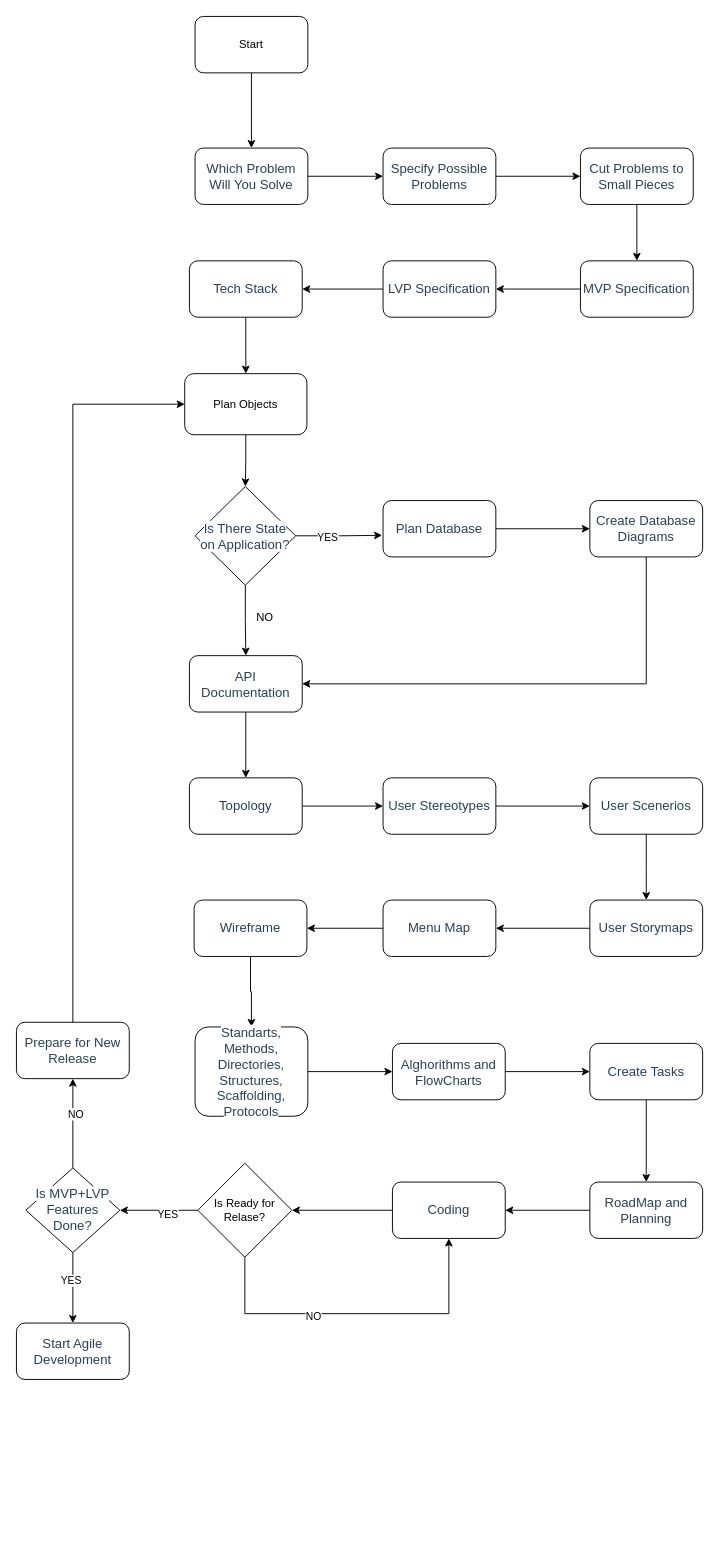
This is diagram.drawio from anilkusc/Document-Driven-Development, a draw.io file, before an edit. Source tidied: cells renumbered, new cells numbered last; positions are measured from the earlier drawing's top-left corner, leaving out a move shared by most shapes. Both pictures are drawn from the tidied source at 94%, with x=0, y=0 at pixel (16, 16).
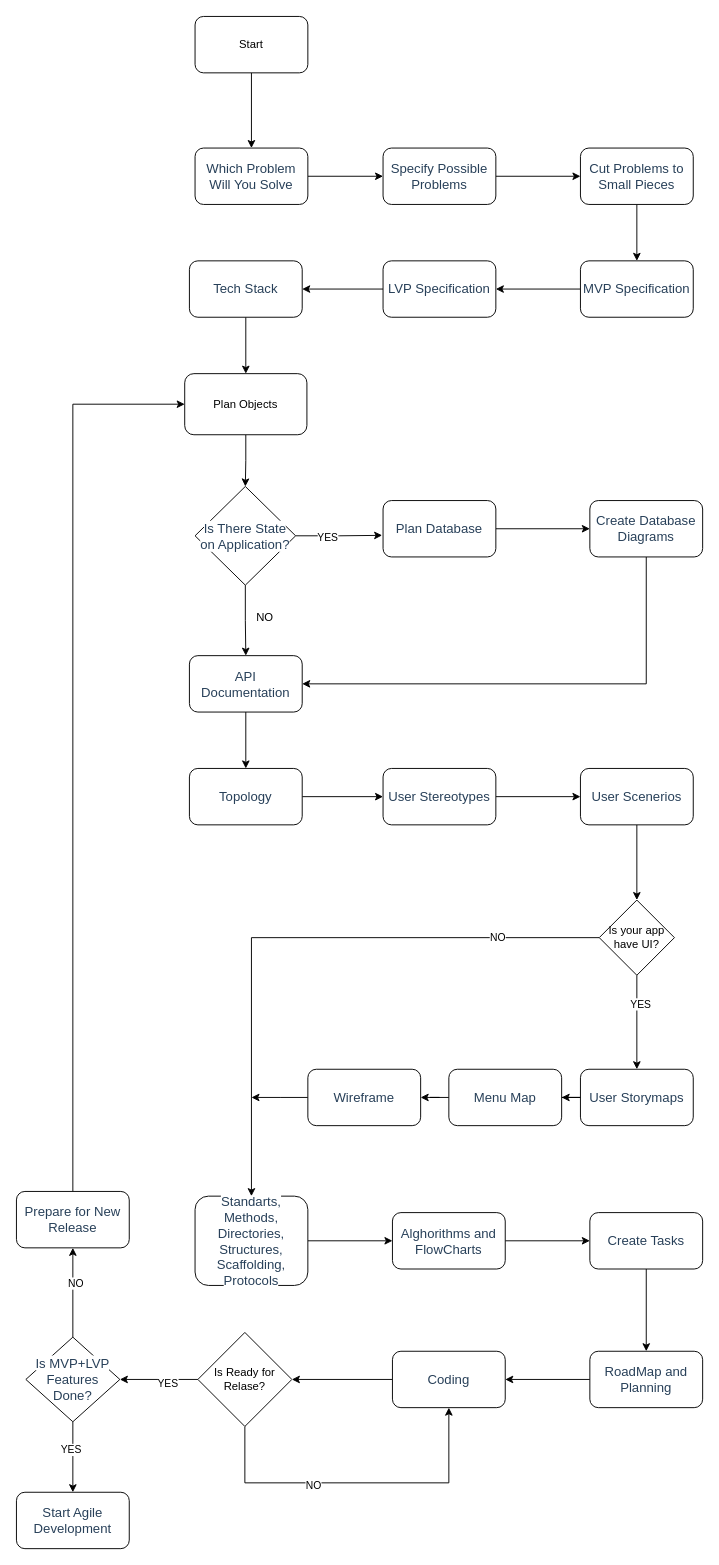
The same page after the edit.

Diff of the diagram source:
```diff
@@
     <mxCell id="30" value="&lt;font color=&quot;#284059&quot; face=&quot;cerebri sans&quot;&gt;&lt;span style=&quot;font-size: 14px ; background-color: rgb(255 , 255 , 255)&quot;&gt;Topology&lt;/span&gt;&lt;/font&gt;" style="rounded=1;whiteSpace=wrap;html=1;" parent="1" vertex="1">
-      <mxGeometry x="184" y="810" width="120" height="60" as="geometry" />
+      <mxGeometry x="184" y="800" width="120" height="60" as="geometry" />
     </mxCell>
@@
     <mxCell id="32" value="&lt;font color=&quot;#284059&quot; face=&quot;cerebri sans&quot;&gt;&lt;span style=&quot;font-size: 14px ; background-color: rgb(255 , 255 , 255)&quot;&gt;User Stereotypes&lt;/span&gt;&lt;/font&gt;" style="rounded=1;whiteSpace=wrap;html=1;" parent="1" vertex="1">
-      <mxGeometry x="390" y="810" width="120" height="60" as="geometry" />
+      <mxGeometry x="390" y="800" width="120" height="60" as="geometry" />
     </mxCell>
-    <mxCell id="33" style="edgeStyle=orthogonalEdgeStyle;rounded=0;jettySize=auto;html=1;" parent="1" edge="1" source="34">
-      <mxGeometry relative="1" as="geometry">
-        <mxPoint x="670" y="940" as="targetPoint" />
-      </mxGeometry>
-    </mxCell>
+    <mxCell id="64" style="edgeStyle=orthogonalEdgeStyle;rounded=0;jettySize=auto;html=1;entryX=0.5;entryY=0;entryDx=0;entryDy=0;" parent="1" edge="1" source="34" target="68">
+      <mxGeometry relative="1" as="geometry" />
+    </mxCell>
     <mxCell id="34" value="&lt;font color=&quot;#284059&quot; face=&quot;cerebri sans&quot;&gt;&lt;span style=&quot;font-size: 14px ; background-color: rgb(255 , 255 , 255)&quot;&gt;User Scenerios&lt;/span&gt;&lt;/font&gt;" style="rounded=1;whiteSpace=wrap;html=1;" parent="1" vertex="1">
-      <mxGeometry x="610" y="810" width="120" height="60" as="geometry" />
+      <mxGeometry x="600" y="800" width="120" height="60" as="geometry" />
     </mxCell>
@@
     <mxCell id="36" value="&lt;font color=&quot;#284059&quot; face=&quot;cerebri sans&quot;&gt;&lt;span style=&quot;font-size: 14px ; background-color: rgb(255 , 255 , 255)&quot;&gt;User Storymaps&lt;/span&gt;&lt;/font&gt;" style="rounded=1;whiteSpace=wrap;html=1;" parent="1" vertex="1">
-      <mxGeometry x="610" y="940" width="120" height="60" as="geometry" />
+      <mxGeometry x="600" y="1120" width="120" height="60" as="geometry" />
     </mxCell>
@@
     <mxCell id="38" value="&lt;font color=&quot;#284059&quot; face=&quot;cerebri sans&quot;&gt;&lt;span style=&quot;font-size: 14px ; background-color: rgb(255 , 255 , 255)&quot;&gt;Menu Map&lt;/span&gt;&lt;/font&gt;" style="rounded=1;whiteSpace=wrap;html=1;" parent="1" vertex="1">
-      <mxGeometry x="390" y="940" width="120" height="60" as="geometry" />
+      <mxGeometry x="460" y="1120" width="120" height="60" as="geometry" />
     </mxCell>
-    <mxCell id="39" style="edgeStyle=orthogonalEdgeStyle;rounded=0;jettySize=auto;html=1;entryX=0.5;entryY=0;entryDx=0;entryDy=0;" parent="1" edge="1" source="40" target="42">
-      <mxGeometry relative="1" as="geometry" />
-    </mxCell>
+    <mxCell id="65" style="edgeStyle=orthogonalEdgeStyle;rounded=0;jettySize=auto;html=1;" parent="1" edge="1" source="40">
+      <mxGeometry relative="1" as="geometry">
+        <mxPoint x="250" y="1150" as="targetPoint" />
+      </mxGeometry>
+    </mxCell>
     <mxCell id="40" value="&lt;font color=&quot;#284059&quot; face=&quot;cerebri sans&quot;&gt;&lt;span style=&quot;font-size: 14px ; background-color: rgb(255 , 255 , 255)&quot;&gt;Wireframe&lt;/span&gt;&lt;/font&gt;" style="rounded=1;whiteSpace=wrap;html=1;" parent="1" vertex="1">
-      <mxGeometry x="189" y="940" width="120" height="60" as="geometry" />
+      <mxGeometry x="310" y="1120" width="120" height="60" as="geometry" />
     </mxCell>
@@
     <mxCell id="42" value="&lt;font color=&quot;#284059&quot; face=&quot;cerebri sans&quot;&gt;&lt;span style=&quot;font-size: 14px ; background-color: rgb(255 , 255 , 255)&quot;&gt;Standarts,&lt;br&gt;Methods,&lt;br&gt;Directories,&lt;br&gt;Structures,&lt;br&gt;Scaffolding,&lt;br&gt;Protocols&lt;br&gt;&lt;/span&gt;&lt;/font&gt;" style="rounded=1;whiteSpace=wrap;html=1;" parent="1" vertex="1">
-      <mxGeometry x="190" y="1075" width="120" height="95" as="geometry" />
+      <mxGeometry x="190" y="1255" width="120" height="95" as="geometry" />
     </mxCell>
@@
     <mxCell id="44" value="&lt;font color=&quot;#284059&quot; face=&quot;cerebri sans&quot;&gt;&lt;span style=&quot;font-size: 14px ; background-color: rgb(255 , 255 , 255)&quot;&gt;Alghorithms and FlowCharts&lt;/span&gt;&lt;/font&gt;" style="rounded=1;whiteSpace=wrap;html=1;" parent="1" vertex="1">
-      <mxGeometry x="400" y="1092.5" width="120" height="60" as="geometry" />
+      <mxGeometry x="400" y="1272.5" width="120" height="60" as="geometry" />
     </mxCell>
@@
     <mxCell id="46" value="&lt;font color=&quot;#284059&quot; face=&quot;cerebri sans&quot;&gt;&lt;span style=&quot;font-size: 14px ; background-color: rgb(255 , 255 , 255)&quot;&gt;Create Tasks&lt;/span&gt;&lt;/font&gt;" style="rounded=1;whiteSpace=wrap;html=1;" parent="1" vertex="1">
-      <mxGeometry x="610" y="1092.5" width="120" height="60" as="geometry" />
+      <mxGeometry x="610" y="1272.5" width="120" height="60" as="geometry" />
     </mxCell>
@@
     <mxCell id="48" value="&lt;font color=&quot;#284059&quot; face=&quot;cerebri sans&quot;&gt;&lt;span style=&quot;font-size: 14px ; background-color: rgb(255 , 255 , 255)&quot;&gt;RoadMap and Planning&lt;/span&gt;&lt;/font&gt;" style="rounded=1;whiteSpace=wrap;html=1;" parent="1" vertex="1">
-      <mxGeometry x="610" y="1240" width="120" height="60" as="geometry" />
+      <mxGeometry x="610" y="1420" width="120" height="60" as="geometry" />
     </mxCell>
@@
     <mxCell id="50" value="&lt;font color=&quot;#284059&quot; face=&quot;cerebri sans&quot;&gt;&lt;span style=&quot;font-size: 14px ; background-color: rgb(255 , 255 , 255)&quot;&gt;Coding&lt;/span&gt;&lt;/font&gt;" style="rounded=1;whiteSpace=wrap;html=1;" parent="1" vertex="1">
-      <mxGeometry x="400" y="1240" width="120" height="60" as="geometry" />
+      <mxGeometry x="400" y="1420" width="120" height="60" as="geometry" />
     </mxCell>
     <mxCell id="51" style="edgeStyle=orthogonalEdgeStyle;rounded=0;jettySize=auto;html=1;entryX=0.5;entryY=1;entryDx=0;entryDy=0;" parent="1" edge="1" source="55" target="50">
       <mxGeometry relative="1" as="geometry">
         <Array as="points">
-          <mxPoint x="243" y="1380" />
-          <mxPoint x="460" y="1380" />
+          <mxPoint x="243" y="1560" />
+          <mxPoint x="460" y="1560" />
         </Array>
       </mxGeometry>
     </mxCell>
@@
     <mxCell id="53" style="edgeStyle=orthogonalEdgeStyle;rounded=0;jettySize=auto;html=1;" parent="1" edge="1" source="55">
       <mxGeometry relative="1" as="geometry">
-        <mxPoint x="110" y="1270" as="targetPoint" />
+        <mxPoint x="110" y="1450" as="targetPoint" />
       </mxGeometry>
     </mxCell>
@@
     <mxCell id="55" value="Is Ready for Relase?" style="rhombus;whiteSpace=wrap;html=1;" parent="1" vertex="1">
-      <mxGeometry x="193" y="1220" width="100" height="100" as="geometry" />
+      <mxGeometry x="193" y="1400" width="100" height="100" as="geometry" />
     </mxCell>
@@
     <mxCell id="57" value="&lt;font color=&quot;#284059&quot; face=&quot;cerebri sans&quot;&gt;&lt;span style=&quot;font-size: 14px ; background-color: rgb(255 , 255 , 255)&quot;&gt;Prepare for New Release&lt;/span&gt;&lt;/font&gt;" style="rounded=1;whiteSpace=wrap;html=1;" parent="1" vertex="1">
-      <mxGeometry y="1070" width="120" height="60" as="geometry" />
+      <mxGeometry y="1250" width="120" height="60" as="geometry" />
     </mxCell>
@@
     <mxCell id="61" value="&lt;span style=&quot;color: rgb(40 , 64 , 89) ; font-family: &amp;#34;cerebri sans&amp;#34; ; font-size: 14px ; background-color: rgb(255 , 255 , 255)&quot;&gt;Is MVP+LVP Features Done?&lt;/span&gt;" style="rhombus;whiteSpace=wrap;html=1;" parent="1" vertex="1">
-      <mxGeometry x="10" y="1225" width="100" height="90" as="geometry" />
+      <mxGeometry x="10" y="1405" width="100" height="90" as="geometry" />
     </mxCell>
     <mxCell id="62" value="&lt;font color=&quot;#284059&quot; face=&quot;cerebri sans&quot;&gt;&lt;span style=&quot;font-size: 14px ; background-color: rgb(255 , 255 , 255)&quot;&gt;Start Agile Development&lt;/span&gt;&lt;/font&gt;" style="rounded=1;whiteSpace=wrap;html=1;" parent="1" vertex="1">
-      <mxGeometry y="1390" width="120" height="60" as="geometry" />
+      <mxGeometry y="1570" width="120" height="60" as="geometry" />
     </mxCell>
     <mxCell id="63" value="YES" style="edgeLabel;html=1;align=center;verticalAlign=middle;" parent="1" vertex="1">
-      <mxGeometry x="40" y="1190" as="geometry">
+      <mxGeometry x="40" y="1370" as="geometry">
         <mxPoint x="17" y="154" as="offset" />
       </mxGeometry>
     </mxCell>
+    <mxCell id="66" style="edgeStyle=orthogonalEdgeStyle;rounded=0;jettySize=auto;html=1;" parent="1" edge="1" source="68" target="36">
+      <mxGeometry relative="1" as="geometry" />
+    </mxCell>
+    <mxCell id="67" style="edgeStyle=orthogonalEdgeStyle;rounded=0;jettySize=auto;html=1;entryX=0.5;entryY=0;entryDx=0;entryDy=0;" parent="1" edge="1" source="68" target="42">
+      <mxGeometry relative="1" as="geometry" />
+    </mxCell>
+    <mxCell id="68" value="Is your app have UI?" style="rhombus;whiteSpace=wrap;html=1;" parent="1" vertex="1">
+      <mxGeometry x="620" y="940" width="80" height="80" as="geometry" />
+    </mxCell>
+    <mxCell id="69" value="YES" style="edgeLabel;html=1;align=center;verticalAlign=middle;" parent="1" vertex="1">
+      <mxGeometry x="620" y="1040" as="geometry">
+        <mxPoint x="43" y="10" as="offset" />
+      </mxGeometry>
+    </mxCell>
+    <mxCell id="70" value="NO" style="edgeLabel;html=1;align=center;verticalAlign=middle;" parent="1" vertex="1">
+      <mxGeometry x="70" y="1360" as="geometry">
+        <mxPoint x="441" y="-381" as="offset" />
+      </mxGeometry>
+    </mxCell>
```
